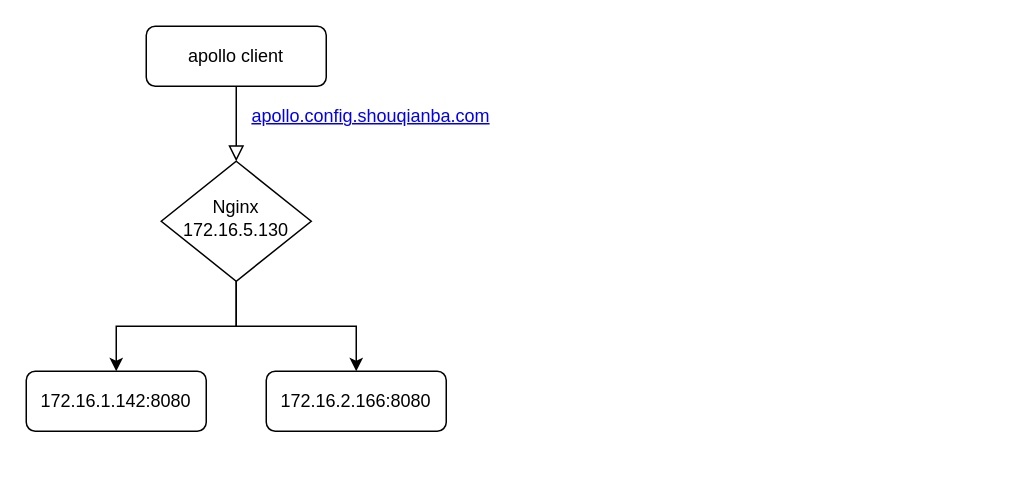
RockyLOMO/devops-java-sample keeps this draw.io diagram as Untitled Diagram.drawio. Above is the earlier version. Source tidied: cells renumbered, new cells numbered last; positions are measured from the earlier drawing's top-left corner, leaving out a move shared by most shapes. Both pictures are drawn from the tidied source at 150%, with x=0, y=0 at pixel (26, 26).
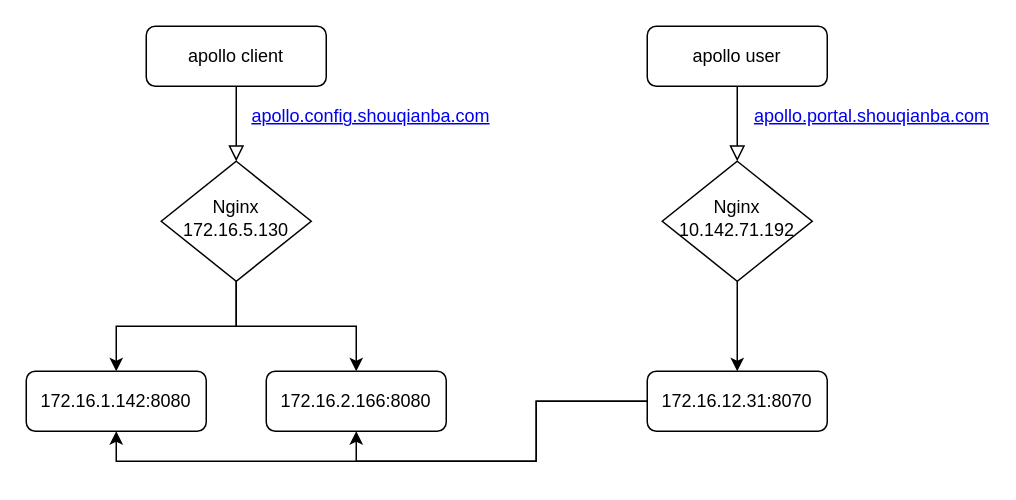
The same diagram, later.

The change refers to these unchanged cells:
```xml
<mxCell id="7" value="172.16.1.142:8080" style="rounded=1;whiteSpace=wrap;html=1;fontSize=12;glass=0;strokeWidth=1;shadow=0;" parent="1" vertex="1">
  <mxGeometry y="230" width="120" height="40" as="geometry" />
</mxCell>
<mxCell id="8" value="172.16.2.166:8080" style="rounded=1;whiteSpace=wrap;html=1;fontSize=12;glass=0;strokeWidth=1;shadow=0;" parent="1" vertex="1">
  <mxGeometry x="160" y="230" width="120" height="40" as="geometry" />
</mxCell>
```

What changed in the source:
```diff
@@
+    <mxCell id="10" style="rounded=0;html=1;jettySize=auto;fontSize=11;endArrow=block;endFill=0;endSize=8;strokeWidth=1;shadow=0;labelBackgroundColor=none;edgeStyle=orthogonalEdgeStyle;" parent="1" edge="1" source="11" target="13">
+      <mxGeometry relative="1" as="geometry" />
+    </mxCell>
+    <mxCell id="11" value="apollo user" style="rounded=1;whiteSpace=wrap;html=1;fontSize=12;glass=0;strokeWidth=1;shadow=0;" parent="1" vertex="1">
+      <mxGeometry x="414" width="120" height="40" as="geometry" />
+    </mxCell>
+    <mxCell id="12" style="edgeStyle=orthogonalEdgeStyle;rounded=0;jettySize=auto;html=1;entryX=0.5;entryY=0;entryDx=0;entryDy=0;" parent="1" edge="1" source="13" target="16">
+      <mxGeometry relative="1" as="geometry" />
+    </mxCell>
+    <mxCell id="13" value="Nginx&lt;br&gt;10.142.71.192" style="rhombus;whiteSpace=wrap;html=1;shadow=0;fontFamily=Helvetica;fontSize=12;align=center;strokeWidth=1;spacing=6;spacingTop=-4;" parent="1" vertex="1">
+      <mxGeometry x="424" y="90" width="100" height="80" as="geometry" />
+    </mxCell>
+    <mxCell id="14" style="edgeStyle=orthogonalEdgeStyle;rounded=0;jettySize=auto;html=1;entryX=0.5;entryY=1;entryDx=0;entryDy=0;" parent="1" edge="1" source="16" target="8">
+      <mxGeometry relative="1" as="geometry">
+        <Array as="points">
+          <mxPoint x="340" y="250" />
+          <mxPoint x="340" y="290" />
+          <mxPoint x="220" y="290" />
+        </Array>
+      </mxGeometry>
+    </mxCell>
+    <mxCell id="15" style="edgeStyle=orthogonalEdgeStyle;rounded=0;jettySize=auto;html=1;entryX=0.5;entryY=1;entryDx=0;entryDy=0;" parent="1" edge="1" source="16" target="7">
+      <mxGeometry relative="1" as="geometry">
+        <Array as="points">
+          <mxPoint x="340" y="250" />
+          <mxPoint x="340" y="290" />
+          <mxPoint x="60" y="290" />
+        </Array>
+      </mxGeometry>
+    </mxCell>
+    <mxCell id="16" value="172.16.12.31:8070" style="rounded=1;whiteSpace=wrap;html=1;fontSize=12;glass=0;strokeWidth=1;shadow=0;" parent="1" vertex="1">
+      <mxGeometry x="414" y="230" width="120" height="40" as="geometry" />
+    </mxCell>
+    <mxCell id="17" value="&lt;a href=&quot;http://apollo.portal.shouqianba.com&quot;&gt;apollo.portal.shouqianba.com&lt;/a&gt;" style="text;html=1;strokeColor=none;fillColor=none;align=center;verticalAlign=middle;whiteSpace=wrap;rounded=0;" parent="1" vertex="1">
+      <mxGeometry x="544" y="50" width="40" height="20" as="geometry" />
+    </mxCell>
```
